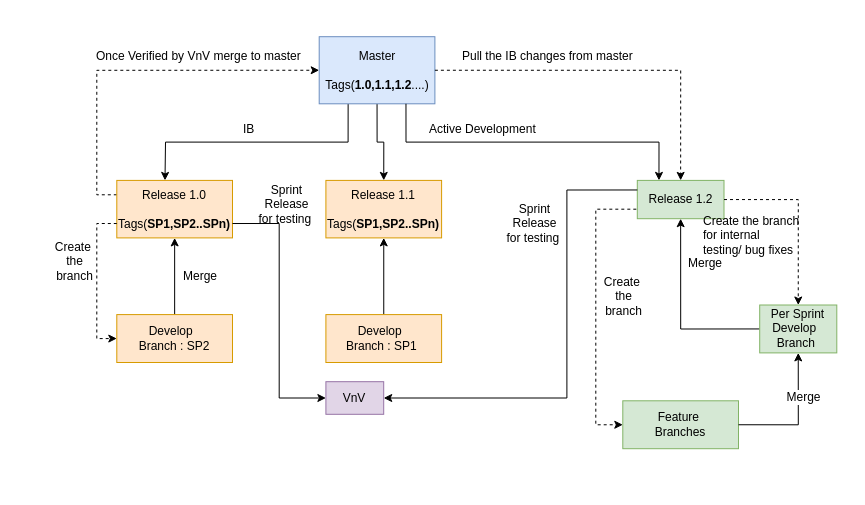
Earlier version of the draw.io diagram page "Page-4" (4 of 4) of Untitled Diagram.drawio (jkumar0021/kubernetes_configuration). Source tidied: cells renumbered, new cells numbered last; positions are measured from the earlier drawing's top-left corner, leaving out a move shared by most shapes. Both pictures are drawn from the tidied source at 100%, with x=0, y=0 at pixel (17, 17).
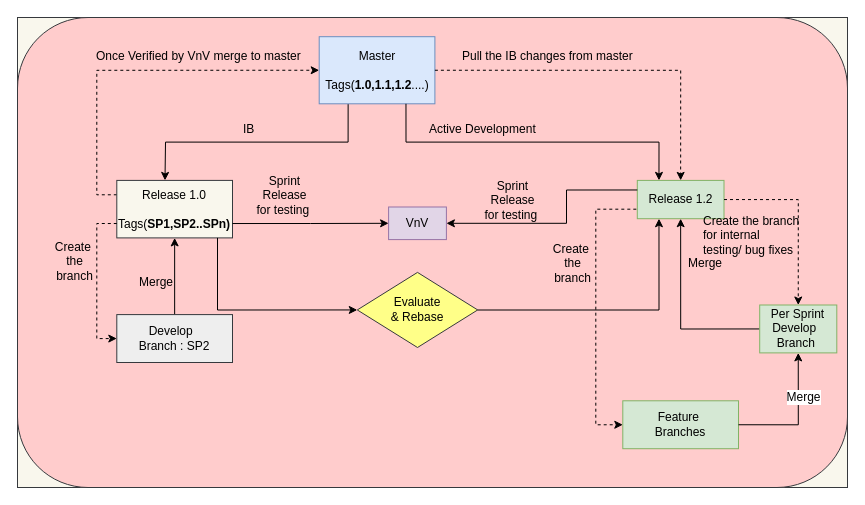
The same page after the edit.

Unchanged cells that the change refers to:
```xml
<mxCell id="5" value="Master&lt;br&gt;&lt;br&gt;Tags(&lt;b&gt;1.0,1.1,1.2&lt;/b&gt;....)&lt;br&gt;" style="rounded=0;whiteSpace=wrap;html=1;fillColor=#dae8fc;strokeColor=#6c8ebf;" parent="2" vertex="1">
  <mxGeometry x="301.7" y="19.2" width="115.7" height="67.1" as="geometry" />
</mxCell>
<mxCell id="6" value="Release 1.2" style="rounded=0;whiteSpace=wrap;html=1;fillColor=#d5e8d4;strokeColor=#82b366;" parent="2" vertex="1">
  <mxGeometry x="619.8" y="162.9" width="86.7" height="38.3" as="geometry" />
</mxCell>
```

The edit, as a diff of the source:
```diff
@@
-    <mxCell id="2" style="group;" parent="1" vertex="1">
-      <mxGeometry width="800" height="460" as="geometry" />
+    <mxCell id="2" style="group;fillColor=#f9f7ed;strokeColor=#36393d;" parent="1" vertex="1">
+      <mxGeometry width="830" height="470" as="geometry" />
     </mxCell>
+    <mxCell id="38" style="rounded=1;whiteSpace=wrap;html=1;fillColor=#ffcccc;strokeColor=#36393d;" parent="2" vertex="1">
+      <mxGeometry width="830" height="470" as="geometry" />
+    </mxCell>
@@
-    <mxCell id="4" style="edgeStyle=orthogonalEdgeStyle;rounded=0;jettySize=auto;html=1;exitX=0.5;exitY=1;exitDx=0;exitDy=0;entryX=0.5;entryY=0;entryDx=0;entryDy=0;" parent="2" edge="1" source="5" target="35">
-      <mxGeometry relative="1" as="geometry" />
-    </mxCell>
@@
-    <mxCell id="10" value="Release 1.0&lt;br&gt;&lt;br&gt;Tags(&lt;b&gt;SP1,SP2..SPn)&lt;/b&gt;&lt;br&gt;" style="rounded=0;whiteSpace=wrap;html=1;fillColor=#ffe6cc;strokeColor=#d79b00;" parent="2" vertex="1">
+    <mxCell id="10" value="Release 1.0&lt;br&gt;&lt;br&gt;Tags(&lt;b&gt;SP1,SP2..SPn)&lt;/b&gt;&lt;br&gt;" style="rounded=0;whiteSpace=wrap;html=1;fillColor=#f9f7ed;strokeColor=#36393d;" parent="2" vertex="1">
       <mxGeometry x="99.3" y="162.9" width="115.7" height="57.5" as="geometry" />
     </mxCell>
@@
-    <mxCell id="14" value="Develop&amp;nbsp;&amp;nbsp;&lt;br&gt;Branch : SP2" style="rounded=0;whiteSpace=wrap;html=1;fillColor=#ffe6cc;strokeColor=#d79b00;" parent="2" vertex="1">
+    <mxCell id="14" value="Develop&amp;nbsp;&amp;nbsp;&lt;br&gt;Branch : SP2" style="rounded=0;whiteSpace=wrap;html=1;fillColor=#eeeeee;strokeColor=#36393d;" parent="2" vertex="1">
       <mxGeometry x="99.3" y="297.1" width="115.7" height="47.9" as="geometry" />
     </mxCell>
@@
     <mxCell id="16" value="Merge" style="text;html=1;align=left;verticalAlign=top;spacingTop=-4;" parent="2" vertex="1">
-      <mxGeometry x="163.9" y="249.2" width="50" height="20" as="geometry" />
+      <mxGeometry x="120" y="254.9" width="50" height="20" as="geometry" />
     </mxCell>
@@
     <mxCell id="22" value="Create&amp;nbsp;&lt;br&gt;the &lt;br&gt;branch&lt;br&gt;" style="text;html=1;align=center;verticalAlign=top;spacingTop=-4;" parent="2" vertex="1">
-      <mxGeometry x="581.2" y="254.9" width="50" height="40" as="geometry" />
+      <mxGeometry x="529.6" y="222.1" width="50" height="40" as="geometry" />
     </mxCell>
@@
     <mxCell id="30" value="VnV" style="rounded=0;whiteSpace=wrap;html=1;align=center;fillColor=#e1d5e7;strokeColor=#9673a6;" parent="2" vertex="1">
-      <mxGeometry x="308.4" y="364.2" width="57.8" height="32.6" as="geometry" />
+      <mxGeometry x="371.1" y="189.5" width="57.8" height="32.6" as="geometry" />
     </mxCell>
     <mxCell id="31" style="edgeStyle=orthogonalEdgeStyle;rounded=0;jettySize=auto;html=1;exitX=0;exitY=0.25;exitDx=0;exitDy=0;entryX=1;entryY=0.5;entryDx=0;entryDy=0;" parent="2" edge="1" source="6" target="30">
       <mxGeometry relative="1" as="geometry">
         <Array as="points">
-          <mxPoint x="549.4" y="172.5" />
-          <mxPoint x="549.4" y="380.5" />
+          <mxPoint x="549" y="173" />
+          <mxPoint x="549" y="206" />
         </Array>
       </mxGeometry>
     </mxCell>
@@
     <mxCell id="33" value="Sprint &lt;br&gt;Release &lt;br&gt;for testing&amp;nbsp;" style="text;html=1;align=center;verticalAlign=top;spacingTop=-4;" parent="2" vertex="1">
-      <mxGeometry x="481.9" y="182.1" width="70" height="40" as="geometry" />
+      <mxGeometry x="459.6" y="159.3" width="70" height="40" as="geometry" />
     </mxCell>
     <mxCell id="34" value="Sprint &lt;br&gt;Release &lt;br&gt;for testing&amp;nbsp;" style="text;html=1;align=center;verticalAlign=top;spacingTop=-4;" parent="2" vertex="1">
-      <mxGeometry x="234.2" y="162.9" width="70" height="40" as="geometry" />
+      <mxGeometry x="231.7" y="153.6" width="70" height="40" as="geometry" />
     </mxCell>
-    <mxCell id="35" value="Release 1.1&lt;br&gt;&lt;br&gt;Tags(&lt;b&gt;SP1,SP2..SPn)&lt;/b&gt;&lt;br&gt;" style="rounded=0;whiteSpace=wrap;html=1;fillColor=#ffe6cc;strokeColor=#d79b00;" parent="2" vertex="1">
-      <mxGeometry x="308.4" y="162.9" width="115.7" height="57.5" as="geometry" />
-    </mxCell>
-    <mxCell id="36" style="edgeStyle=orthogonalEdgeStyle;rounded=0;jettySize=auto;html=1;exitX=0.5;exitY=0;exitDx=0;exitDy=0;entryX=0.5;entryY=1;entryDx=0;entryDy=0;" parent="2" edge="1" source="37" target="35">
-      <mxGeometry relative="1" as="geometry" />
-    </mxCell>
-    <mxCell id="37" value="Develop&amp;nbsp;&amp;nbsp;&lt;br&gt;Branch : SP1&amp;nbsp;" style="rounded=0;whiteSpace=wrap;html=1;fillColor=#ffe6cc;strokeColor=#d79b00;" parent="2" vertex="1">
-      <mxGeometry x="308.4" y="297.1" width="115.7" height="47.9" as="geometry" />
-    </mxCell>
+    <mxCell id="39" value="&lt;div&gt;Evaluate&lt;/div&gt;&lt;div&gt;&amp;amp; Rebase&lt;/div&gt;" style="shape=rhombus;perimeter=rhombusPerimeter;whiteSpace=wrap;html=1;align=center;fillColor=#ffff88;strokeColor=#36393d;" parent="2" vertex="1">
+      <mxGeometry x="339.8" y="254.9" width="120.4" height="75.1" as="geometry" />
+    </mxCell>
+    <mxCell id="40" style="edgeStyle=orthogonalEdgeStyle;rounded=0;jettySize=auto;html=1;entryX=0;entryY=0.5;entryDx=0;entryDy=0;" parent="2" edge="1" source="10" target="39">
+      <mxGeometry relative="1" as="geometry">
+        <Array as="points">
+          <mxPoint x="200" y="292" />
+        </Array>
+      </mxGeometry>
+    </mxCell>
+    <mxCell id="41" style="edgeStyle=orthogonalEdgeStyle;rounded=0;jettySize=auto;html=1;entryX=0.25;entryY=1;entryDx=0;entryDy=0;" parent="2" edge="1" source="39" target="6">
+      <mxGeometry relative="1" as="geometry" />
+    </mxCell>
```
